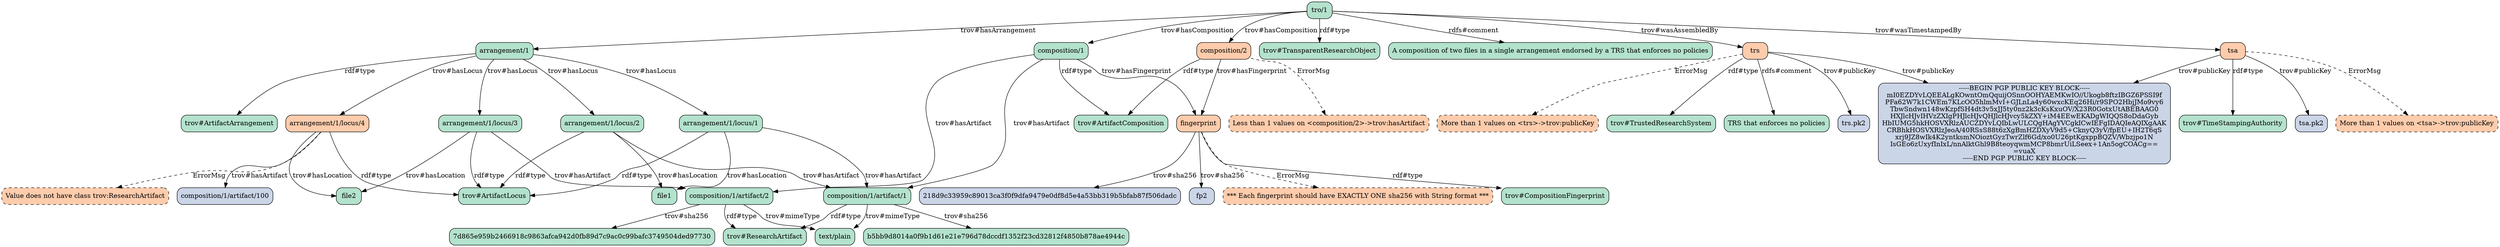
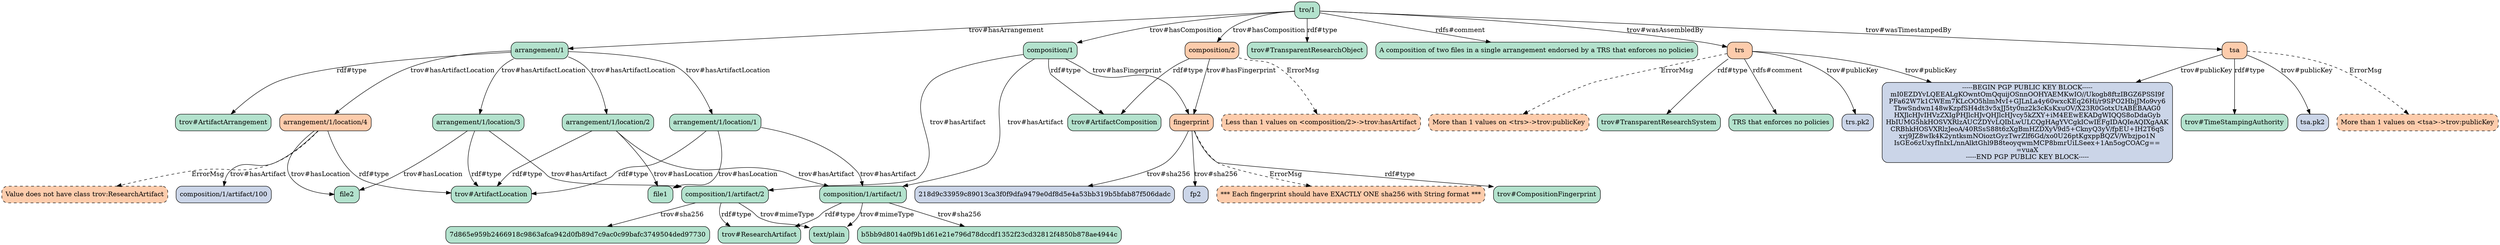
strict digraph "" {
	"arrangement/1"	[fillcolor="#b3e2cd",
		shape=box,
		style="filled, rounded"];
	"trov#ArtifactArrangement"	[fillcolor="#b3e2cd",
		shape=box,
		style="filled, rounded"];
	"arrangement/1" -> "trov#ArtifactArrangement"	[label="rdf#type"];
- 	"arrangement/1/locus/1"	[fillcolor="#b3e2cd",
- 		shape=box,
- 		style="filled, rounded"];
- 	"arrangement/1" -> "arrangement/1/locus/1"	[label="trov#hasLocus"];
- 	"arrangement/1/locus/2"	[fillcolor="#b3e2cd",
- 		shape=box,
- 		style="filled, rounded"];
- 	"arrangement/1" -> "arrangement/1/locus/2"	[label="trov#hasLocus"];
- 	"arrangement/1/locus/3"	[fillcolor="#b3e2cd",
- 		shape=box,
- 		style="filled, rounded"];
- 	"arrangement/1" -> "arrangement/1/locus/3"	[label="trov#hasLocus"];
- 	"arrangement/1/locus/4"	[fillcolor="#fdccac",
- 		shape=box,
- 		style="filled, rounded"];
- 	"arrangement/1" -> "arrangement/1/locus/4"	[label="trov#hasLocus"];
- 	"trov#ArtifactLocus"	[fillcolor="#b3e2cd",
- 		shape=box,
- 		style="filled, rounded"];
- 	"arrangement/1/locus/1" -> "trov#ArtifactLocus"	[label="rdf#type"];
+ 	"arrangement/1/location/1"	[fillcolor="#b3e2cd",
+ 		shape=box,
+ 		style="filled, rounded"];
+ 	"arrangement/1" -> "arrangement/1/location/1"	[label="trov#hasArtifactLocation"];
+ 	"arrangement/1/location/2"	[fillcolor="#b3e2cd",
+ 		shape=box,
+ 		style="filled, rounded"];
+ 	"arrangement/1" -> "arrangement/1/location/2"	[label="trov#hasArtifactLocation"];
+ 	"arrangement/1/location/3"	[fillcolor="#b3e2cd",
+ 		shape=box,
+ 		style="filled, rounded"];
+ 	"arrangement/1" -> "arrangement/1/location/3"	[label="trov#hasArtifactLocation"];
+ 	"arrangement/1/location/4"	[fillcolor="#fdccac",
+ 		shape=box,
+ 		style="filled, rounded"];
+ 	"arrangement/1" -> "arrangement/1/location/4"	[label="trov#hasArtifactLocation"];
+ 	"trov#ArtifactLocation"	[fillcolor="#b3e2cd",
+ 		shape=box,
+ 		style="filled, rounded"];
+ 	"arrangement/1/location/1" -> "trov#ArtifactLocation"	[label="rdf#type"];
	"composition/1/artifact/1"	[fillcolor="#b3e2cd",
		shape=box,
		style="filled, rounded"];
- 	"arrangement/1/locus/1" -> "composition/1/artifact/1"	[label="trov#hasArtifact"];
+ 	"arrangement/1/location/1" -> "composition/1/artifact/1"	[label="trov#hasArtifact"];
	file1	[fillcolor="#b3e2cd",
		shape=box,
		style="filled, rounded"];
- 	"arrangement/1/locus/1" -> file1	[label="trov#hasLocation"];
- 	"arrangement/1/locus/2" -> "trov#ArtifactLocus"	[label="rdf#type"];
- 	"arrangement/1/locus/2" -> "composition/1/artifact/1"	[label="trov#hasArtifact"];
- 	"arrangement/1/locus/2" -> file1	[label="trov#hasLocation"];
- 	"arrangement/1/locus/3" -> "trov#ArtifactLocus"	[label="rdf#type"];
+ 	"arrangement/1/location/1" -> file1	[label="trov#hasLocation"];
+ 	"arrangement/1/location/2" -> "trov#ArtifactLocation"	[label="rdf#type"];
+ 	"arrangement/1/location/2" -> "composition/1/artifact/1"	[label="trov#hasArtifact"];
+ 	"arrangement/1/location/2" -> file1	[label="trov#hasLocation"];
+ 	"arrangement/1/location/3" -> "trov#ArtifactLocation"	[label="rdf#type"];
	"composition/1/artifact/2"	[fillcolor="#b3e2cd",
		shape=box,
		style="filled, rounded"];
- 	"arrangement/1/locus/3" -> "composition/1/artifact/2"	[label="trov#hasArtifact"];
+ 	"arrangement/1/location/3" -> "composition/1/artifact/2"	[label="trov#hasArtifact"];
	file2	[fillcolor="#b3e2cd",
		shape=box,
		style="filled, rounded"];
- 	"arrangement/1/locus/3" -> file2	[label="trov#hasLocation"];
- 	"arrangement/1/locus/4" -> "trov#ArtifactLocus"	[label="rdf#type"];
- 	"arrangement/1/locus/4" -> file2	[label="trov#hasLocation"];
+ 	"arrangement/1/location/3" -> file2	[label="trov#hasLocation"];
+ 	"arrangement/1/location/4" -> "trov#ArtifactLocation"	[label="rdf#type"];
+ 	"arrangement/1/location/4" -> file2	[label="trov#hasLocation"];
	"composition/1/artifact/100"	[fillcolor="#cbd5e8",
		shape=box,
		style="filled, rounded"];
- 	"arrangement/1/locus/4" -> "composition/1/artifact/100"	[label="trov#hasArtifact"];
+ 	"arrangement/1/location/4" -> "composition/1/artifact/100"	[label="trov#hasArtifact"];
	"Value does not have class trov:ResearchArtifact"	[fillcolor="#fdccac",
		shape=box,
		style="filled, rounded, dashed"];
- 	"arrangement/1/locus/4" -> "Value does not have class trov:ResearchArtifact"	[label=ErrorMsg,
+ 	"arrangement/1/location/4" -> "Value does not have class trov:ResearchArtifact"	[label=ErrorMsg,
		style=dashed];
	"trov#ResearchArtifact"	[fillcolor="#b3e2cd",
		shape=box,
		style="filled, rounded"];
	"composition/1/artifact/1" -> "trov#ResearchArtifact"	[label="rdf#type"];
	"text/plain"	[fillcolor="#b3e2cd",
		shape=box,
		style="filled, rounded"];
	"composition/1/artifact/1" -> "text/plain"	[label="trov#mimeType"];
	b5bb9d8014a0f9b1d61e21e796d78dccdf1352f23cd32812f4850b878ae4944c	[fillcolor="#b3e2cd",
		shape=box,
		style="filled, rounded"];
	"composition/1/artifact/1" -> b5bb9d8014a0f9b1d61e21e796d78dccdf1352f23cd32812f4850b878ae4944c	[label="trov#sha256"];
	"composition/1/artifact/2" -> "trov#ResearchArtifact"	[label="rdf#type"];
	"composition/1/artifact/2" -> "text/plain"	[label="trov#mimeType"];
	"7d865e959b2466918c9863afca942d0fb89d7c9ac0c99bafc3749504ded97730"	[fillcolor="#b3e2cd",
		shape=box,
		style="filled, rounded"];
	"composition/1/artifact/2" -> "7d865e959b2466918c9863afca942d0fb89d7c9ac0c99bafc3749504ded97730"	[label="trov#sha256"];
	"composition/1"	[fillcolor="#b3e2cd",
		shape=box,
		style="filled, rounded"];
	"composition/1" -> "composition/1/artifact/1"	[label="trov#hasArtifact"];
	"composition/1" -> "composition/1/artifact/2"	[label="trov#hasArtifact"];
	"trov#ArtifactComposition"	[fillcolor="#b3e2cd",
		shape=box,
		style="filled, rounded"];
	"composition/1" -> "trov#ArtifactComposition"	[label="rdf#type"];
	fingerprint	[fillcolor="#fdccac",
		shape=box,
		style="filled, rounded"];
	"composition/1" -> fingerprint	[label="trov#hasFingerprint"];
	"trov#CompositionFingerprint"	[fillcolor="#b3e2cd",
		shape=box,
		style="filled, rounded"];
	fingerprint -> "trov#CompositionFingerprint"	[label="rdf#type"];
	"218d9c33959c89013ca3f0f9dfa9479e0df8d5e4a53bb319b5bfab87f506dadc"	[fillcolor="#cbd5e8",
		shape=box,
		style="filled, rounded"];
	fingerprint -> "218d9c33959c89013ca3f0f9dfa9479e0df8d5e4a53bb319b5bfab87f506dadc"	[label="trov#sha256"];
	fp2	[fillcolor="#cbd5e8",
		shape=box,
		style="filled, rounded"];
	fingerprint -> fp2	[label="trov#sha256"];
	"*** Each fingerprint should have EXACTLY ONE sha256 with String format ***"	[fillcolor="#fdccac",
		shape=box,
		style="filled, rounded, dashed"];
	fingerprint -> "*** Each fingerprint should have EXACTLY ONE sha256 with String format ***"	[label=ErrorMsg,
		style=dashed];
	"composition/2"	[fillcolor="#fdccac",
		shape=box,
		style="filled, rounded"];
	"composition/2" -> "trov#ArtifactComposition"	[label="rdf#type"];
	"composition/2" -> fingerprint	[label="trov#hasFingerprint"];
	"Less than 1 values on <composition/2>->trov:hasArtifact"	[fillcolor="#fdccac",
		shape=box,
		style="filled, rounded, dashed"];
	"composition/2" -> "Less than 1 values on <composition/2>->trov:hasArtifact"	[label=ErrorMsg,
		style=dashed];
	"tro/1"	[fillcolor="#b3e2cd",
		shape=box,
		style="filled, rounded"];
	"tro/1" -> "arrangement/1"	[label="trov#hasArrangement"];
	"tro/1" -> "composition/1"	[label="trov#hasComposition"];
	"tro/1" -> "composition/2"	[label="trov#hasComposition"];
	"trov#TransparentResearchObject"	[fillcolor="#b3e2cd",
		shape=box,
		style="filled, rounded"];
	"tro/1" -> "trov#TransparentResearchObject"	[label="rdf#type"];
	"A composition of two files in a single arrangement endorsed by a TRS that enforces no policies"	[fillcolor="#b3e2cd",
		shape=box,
		style="filled, rounded"];
	"tro/1" -> "A composition of two files in a single arrangement endorsed by a TRS that enforces no policies"	[label="rdfs#comment"];
	trs	[fillcolor="#fdccac",
		shape=box,
		style="filled, rounded"];
	"tro/1" -> trs	[label="trov#wasAssembledBy"];
	tsa	[fillcolor="#fdccac",
		shape=box,
		style="filled, rounded"];
	"tro/1" -> tsa	[label="trov#wasTimestampedBy"];
- 	"trov#TrustedResearchSystem"	[fillcolor="#b3e2cd",
- 		shape=box,
- 		style="filled, rounded"];
- 	trs -> "trov#TrustedResearchSystem"	[label="rdf#type"];
+ 	"trov#TransparentResearchSystem"	[fillcolor="#b3e2cd",
+ 		shape=box,
+ 		style="filled, rounded"];
+ 	trs -> "trov#TransparentResearchSystem"	[label="rdf#type"];
	"TRS that enforces no policies"	[fillcolor="#b3e2cd",
		shape=box,
		style="filled, rounded"];
	trs -> "TRS that enforces no policies"	[label="rdfs#comment"];
	"-----BEGIN PGP PUBLIC KEY BLOCK-----
mI0EZDYvLQEEALgKOwntOmQquijOSnnOOHYAEMKwIO//Ukogb8ftzIBGZ6PSSI9f
PFa62W7k1CWEm7KLcOO5hlmMvI+\
GJLnLa4y60wxcKEq26Hi/r9SPO2HbjJMo9vy6
TbwSndwn148wKzpfSH4dt3v5xJJ5ty0nz2k3cKsKxuOV/X23R0GotxUtABEBAAG0
HXJlcHJvIHVzZXIgPHJlcHJvQHJlcHJvcy5kZXY+\
iM4EEwEKADgWIQQS8oDdaGyb
HbIUMG5hkHOSVXRlzAUCZDYvLQIbLwULCQgHAgYVCgkICwIEFgIDAQIeAQIXgAAK
CRBhkHOSVXRlzJeoA/40RSsS88t6zXgBmHZDXyV9d5+\
CknyQ3yV/fpEU+IH2T6qS
xrj9JZ8wIk4K2yntksmNOioztGyzTwrZlf6Gd/xo0U26ptKgxppBQZV/Wbzjpo1N
IsGEo6zUxyfInIxL/nnAlktGhl9B8teoyqwmMCP8bmrUiLSeex+\
1An5ogCOACg==
=vuaX
-----END PGP PUBLIC KEY BLOCK-----
"	[fillcolor="#cbd5e8",
		shape=box,
		style="filled, rounded"];
	trs -> "-----BEGIN PGP PUBLIC KEY BLOCK-----
mI0EZDYvLQEEALgKOwntOmQquijOSnnOOHYAEMKwIO//Ukogb8ftzIBGZ6PSSI9f
PFa62W7k1CWEm7KLcOO5hlmMvI+\
GJLnLa4y60wxcKEq26Hi/r9SPO2HbjJMo9vy6
TbwSndwn148wKzpfSH4dt3v5xJJ5ty0nz2k3cKsKxuOV/X23R0GotxUtABEBAAG0
HXJlcHJvIHVzZXIgPHJlcHJvQHJlcHJvcy5kZXY+\
iM4EEwEKADgWIQQS8oDdaGyb
HbIUMG5hkHOSVXRlzAUCZDYvLQIbLwULCQgHAgYVCgkICwIEFgIDAQIeAQIXgAAK
CRBhkHOSVXRlzJeoA/40RSsS88t6zXgBmHZDXyV9d5+\
CknyQ3yV/fpEU+IH2T6qS
xrj9JZ8wIk4K2yntksmNOioztGyzTwrZlf6Gd/xo0U26ptKgxppBQZV/Wbzjpo1N
IsGEo6zUxyfInIxL/nnAlktGhl9B8teoyqwmMCP8bmrUiLSeex+\
1An5ogCOACg==
=vuaX
-----END PGP PUBLIC KEY BLOCK-----
"	[label="trov#publicKey"];
	"trs.pk2"	[fillcolor="#cbd5e8",
		shape=box,
		style="filled, rounded"];
	trs -> "trs.pk2"	[label="trov#publicKey"];
	"More than 1 values on <trs>->trov:publicKey"	[fillcolor="#fdccac",
		shape=box,
		style="filled, rounded, dashed"];
	trs -> "More than 1 values on <trs>->trov:publicKey"	[label=ErrorMsg,
		style=dashed];
	tsa -> "-----BEGIN PGP PUBLIC KEY BLOCK-----
mI0EZDYvLQEEALgKOwntOmQquijOSnnOOHYAEMKwIO//Ukogb8ftzIBGZ6PSSI9f
PFa62W7k1CWEm7KLcOO5hlmMvI+\
GJLnLa4y60wxcKEq26Hi/r9SPO2HbjJMo9vy6
TbwSndwn148wKzpfSH4dt3v5xJJ5ty0nz2k3cKsKxuOV/X23R0GotxUtABEBAAG0
HXJlcHJvIHVzZXIgPHJlcHJvQHJlcHJvcy5kZXY+\
iM4EEwEKADgWIQQS8oDdaGyb
HbIUMG5hkHOSVXRlzAUCZDYvLQIbLwULCQgHAgYVCgkICwIEFgIDAQIeAQIXgAAK
CRBhkHOSVXRlzJeoA/40RSsS88t6zXgBmHZDXyV9d5+\
CknyQ3yV/fpEU+IH2T6qS
xrj9JZ8wIk4K2yntksmNOioztGyzTwrZlf6Gd/xo0U26ptKgxppBQZV/Wbzjpo1N
IsGEo6zUxyfInIxL/nnAlktGhl9B8teoyqwmMCP8bmrUiLSeex+\
1An5ogCOACg==
=vuaX
-----END PGP PUBLIC KEY BLOCK-----
"	[label="trov#publicKey"];
	"trov#TimeStampingAuthority"	[fillcolor="#b3e2cd",
		shape=box,
		style="filled, rounded"];
	tsa -> "trov#TimeStampingAuthority"	[label="rdf#type"];
	"tsa.pk2"	[fillcolor="#cbd5e8",
		shape=box,
		style="filled, rounded"];
	tsa -> "tsa.pk2"	[label="trov#publicKey"];
	"More than 1 values on <tsa>->trov:publicKey"	[fillcolor="#fdccac",
		shape=box,
		style="filled, rounded, dashed"];
	tsa -> "More than 1 values on <tsa>->trov:publicKey"	[label=ErrorMsg,
		style=dashed];
}
